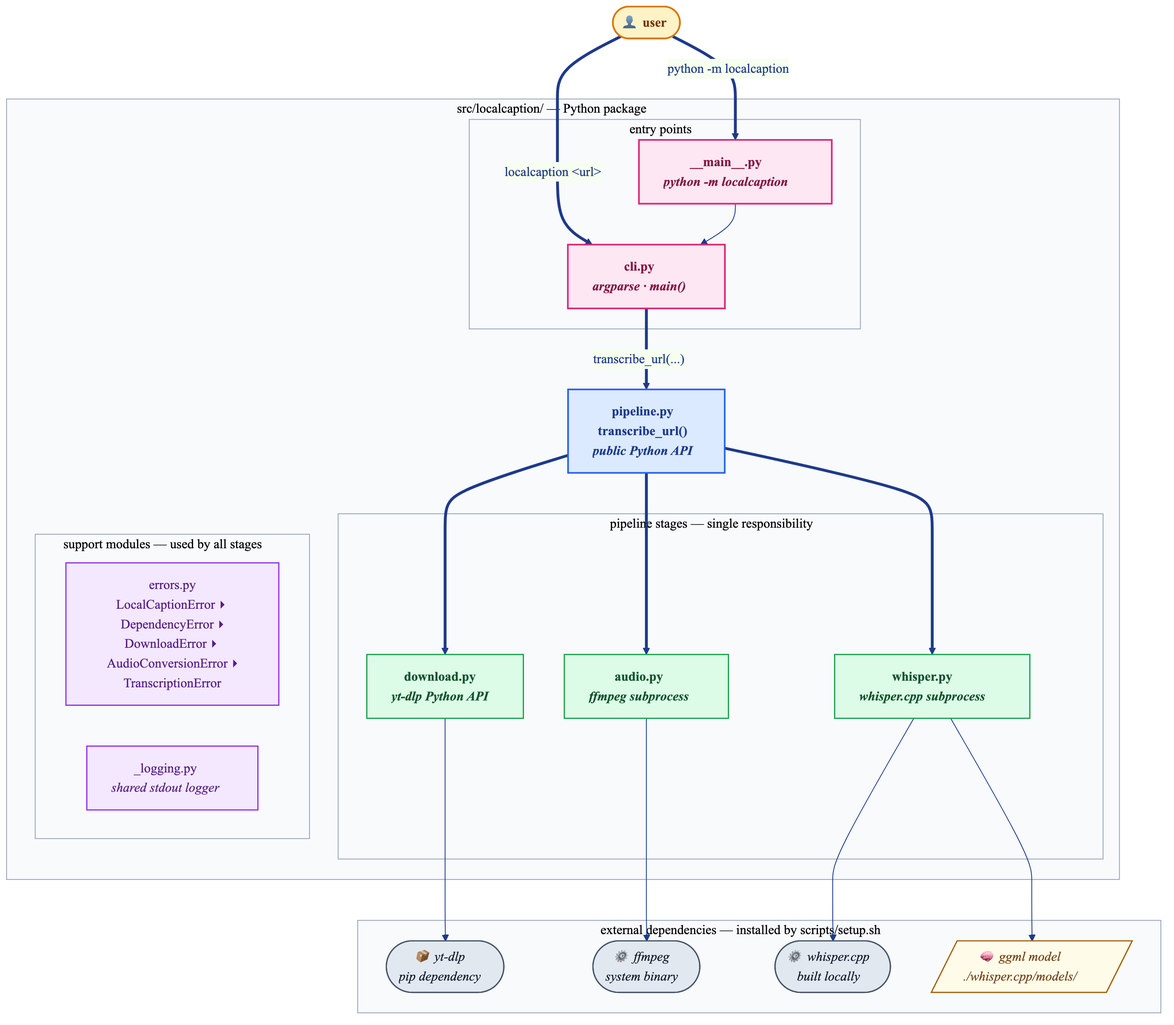
Githab-capibara/localcaption keeps this Mermaid diagram as docs/diagrams/architecture.png. Above is the earlier version. Its source is kept beside it as docs/diagrams/architecture.mmd.
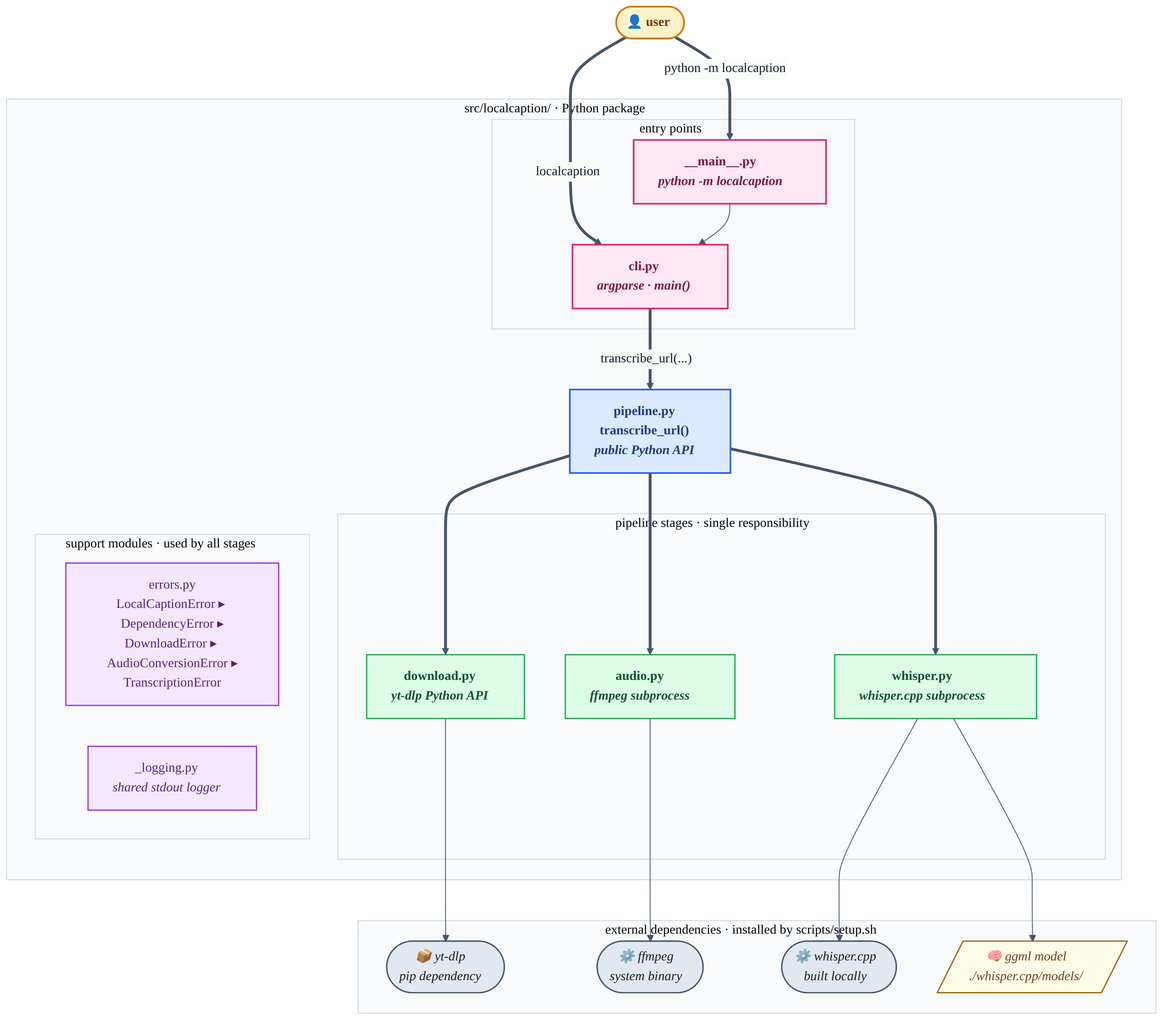
Later version of the same file.

Commit message:
docs: broaden from YouTube-only to yt-dlp's full site support + redesign architecture diagrams (#9)

Change to the diagram source:
```diff
@@ -1,16 +1,16 @@
 %%{init: {'theme':'base', 'themeVariables': {
-  'primaryColor':'#EFF6FF',
-  'primaryBorderColor':'#3B82F6',
-  'primaryTextColor':'#1E3A8A',
-  'lineColor':'#1E3A8A',
+  'primaryColor':'#F8FAFC',
+  'primaryBorderColor':'#CBD5E1',
+  'primaryTextColor':'#0F172A',
+  'lineColor':'#475569',
   'fontFamily':'Inter, system-ui, sans-serif',
   'clusterBkg':'#F8FAFC',
-  'clusterBorder':'#94A3B8'
+  'clusterBorder':'#CBD5E1'
 }}}%%
 flowchart TB
     USER(["👤 user"]):::user
 
-    subgraph PKG["src/localcaption/  — Python package"]
+    subgraph PKG["src/localcaption/ · Python package"]
         direction TB
 
         subgraph ENTRY["entry points"]
@@ -21,21 +21,21 @@
 
         PIPE["pipeline.py<br/><b>transcribe_url()</b><br/><i>public Python API</i>"]:::core
 
-        subgraph STAGES["pipeline stages — single responsibility"]
+        subgraph STAGES["pipeline stages · single responsibility"]
             direction LR
             DL["download.py<br/><i>yt-dlp Python API</i>"]:::stage
             AU["audio.py<br/><i>ffmpeg subprocess</i>"]:::stage
             WH["whisper.py<br/><i>whisper.cpp subprocess</i>"]:::stage
         end
 
-        subgraph SUPPORT["support modules — used by all stages"]
+        subgraph SUPPORT["support modules · used by all stages"]
             direction LR
             ERR["errors.py<br/>LocalCaptionError ▸ DependencyError ▸<br/>DownloadError ▸ AudioConversionError ▸<br/>TranscriptionError"]:::support
             LOG["_logging.py<br/><i>shared stdout logger</i>"]:::support
         end
     end
 
-    subgraph EXT["external dependencies — installed by scripts/setup.sh"]
+    subgraph EXT["external dependencies · installed by scripts/setup.sh"]
         direction LR
         YTDLP(["📦 yt-dlp<br/><i>pip dependency</i>"]):::extdep
         FFMPEG(["⚙️ ffmpeg<br/><i>system binary</i>"]):::extdep
@@ -43,7 +43,7 @@
         MODEL[/"🧠 ggml model<br/><i>./whisper.cpp/models/</i>"/]:::model
     end
 
-    USER ==>|"localcaption &lt;url&gt;"| CLI
+    USER ==>|"localcaption <url>"| CLI
     USER ==>|"python -m localcaption"| MAIN
     MAIN --> CLI
     CLI ==>|"transcribe_url(...)"| PIPE
```
